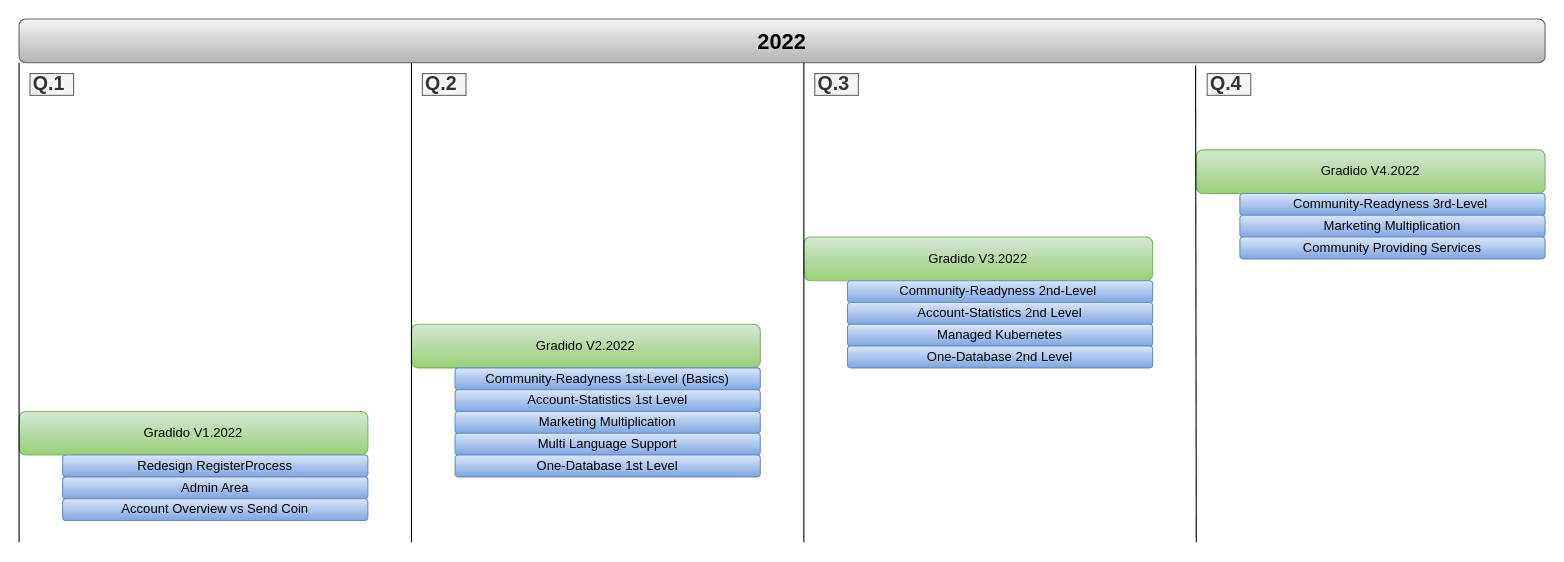
Earlier version of the draw.io diagram docu/graphics/roadmap_publicity.drawio (gradido/gradido). Source tidied: cells renumbered, new cells numbered last; positions are measured from the earlier drawing's top-left corner, leaving out a move shared by most shapes. Both pictures are drawn from the tidied source at 109%, with x=0, y=0 at pixel (19, 19).
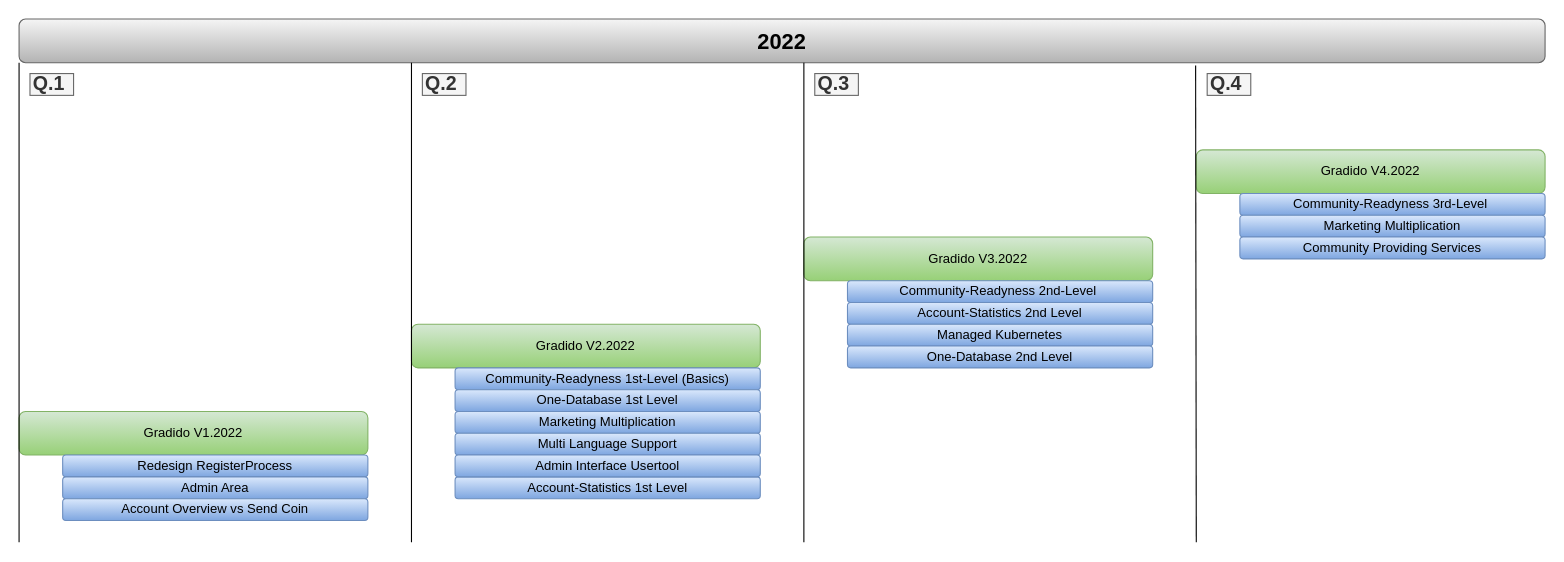
The same page after the edit.

What changed in the source:
```diff
@@
     <mxCell id="8" value="Account-Statistics 1st Level" style="rounded=1;whiteSpace=wrap;html=1;fillColor=#dae8fc;strokeColor=#6c8ebf;gradientColor=#7ea6e0;" parent="1" vertex="1">
-      <mxGeometry x="400" y="340" width="280" height="20" as="geometry" />
+      <mxGeometry x="400" y="420" width="280" height="20" as="geometry" />
     </mxCell>
@@
     <mxCell id="28" value="One-Database 1st Level" style="rounded=1;whiteSpace=wrap;html=1;fillColor=#dae8fc;strokeColor=#6c8ebf;gradientColor=#7ea6e0;" parent="1" vertex="1">
-      <mxGeometry x="400" y="400" width="280" height="20" as="geometry" />
+      <mxGeometry x="400" y="340" width="280" height="20" as="geometry" />
     </mxCell>
@@
+    <mxCell id="30" value="Admin Interface Usertool" style="rounded=1;whiteSpace=wrap;html=1;fillColor=#dae8fc;strokeColor=#6c8ebf;gradientColor=#7ea6e0;" parent="1" vertex="1">
+      <mxGeometry x="400" y="400" width="280" height="20" as="geometry" />
+    </mxCell>
```
